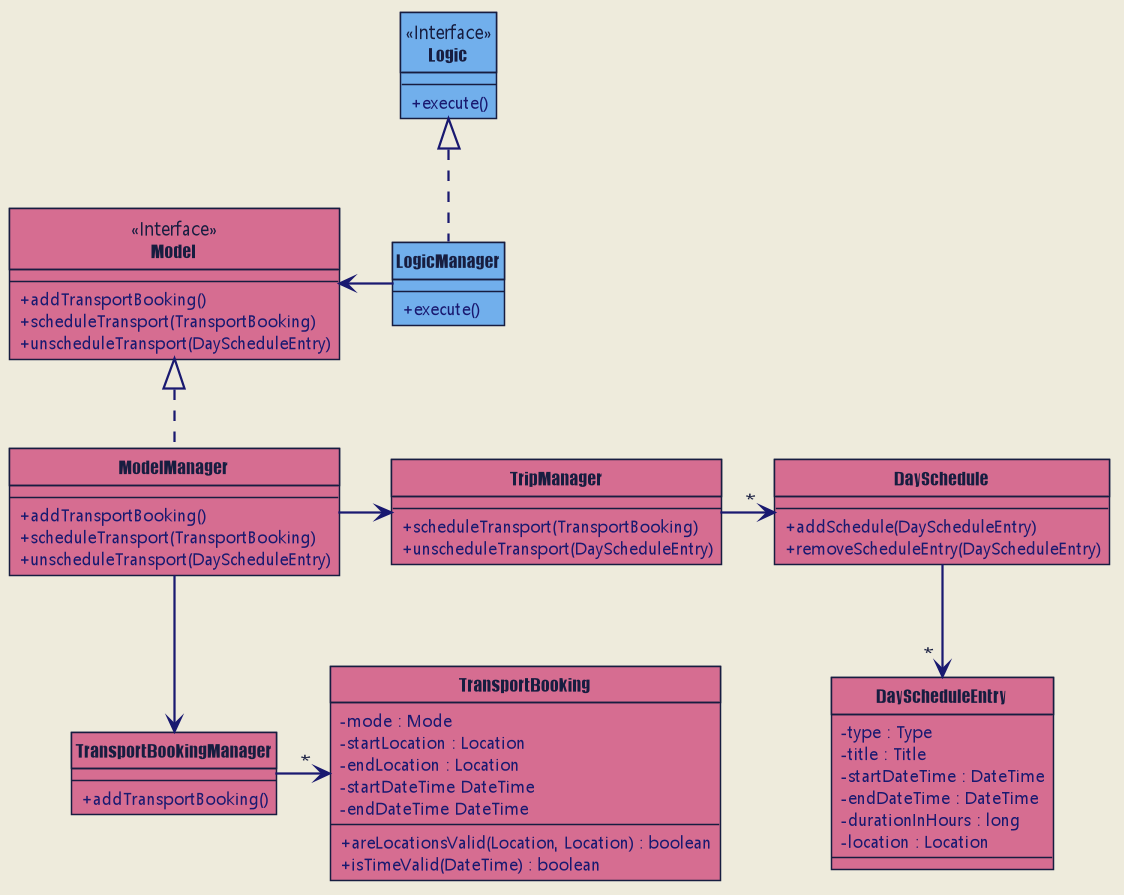
Before: docs/images/developer-guide/transport-booking/TransportBookingFeatureClassDiagram.png, a diagram exported from PlantUML (zenatrick/main).
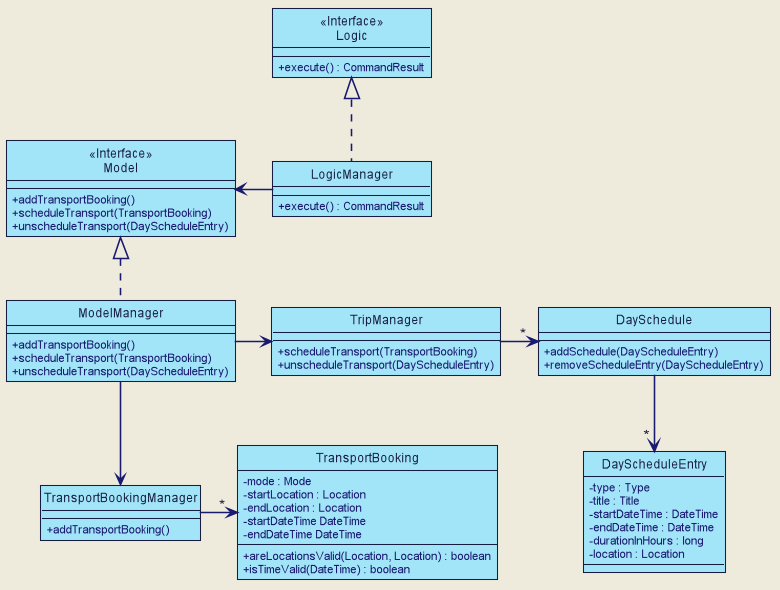
The same diagram one commit later.

The edit, as a diff of the source:
```diff
@@ -1,6 +1,4 @@
 @startuml
-
-
 
 
 
@@ -15,7 +13,7 @@
 
 skinparam Default {
     FontColor #171D40
-    FontName Malgun Gothic
+    FontName Arial
     TextAlignment center
 }
 
@@ -26,7 +24,7 @@
 
 skinparam Title {
     FontColor #171D40
-    FontName Impact
+    FontName Arial
     FontSize 22
 }
 
@@ -35,15 +33,33 @@
     Color MidNightBlue
 }
 
+skinparam Note {
+    BackgroundColor #C6EAE3
+    FontColor MidNightBlue
+    BorderColor MidNightBlue
+    BorderThickness 2
+}
+
 skinparam Class {
     BorderThickness 1
     BorderColor #171D40
-    BackgroundColor MediumAquaMarine
+    BackgroundColor #A2E5F9
     AttributeFontColor MidNightBlue
     AttributeIconSize 0
     StereotypeFontColor #171D40
     StereotypeFontStyle normal
-    FontName Impact
+    FontName Arial
+}
+
+skinparam Object {
+    BorderThickness 2
+    BorderColor #171D40
+    BackgroundColor #C6EAE3
+    AttributeFontColor MidNightBlue
+    AttributeIconSize 0
+    StereotypeFontColor #171D40
+    StereotypeFontStyle normal
+    FontName Arial
 }
 
 skinparam Actor {
@@ -62,9 +78,8 @@
     ReferenceBorderColor #171D40
     TitleFontColor #171D40
     StereotypeFontStyle normal
-
     BoxFontSize 22
-    BoxFontName Impact
+    BoxFontName Arial
     BoxFontStyle normal
     BoxPadding 0
     BoxBorderColor #EEEBDC
@@ -79,23 +94,23 @@
     EndColor #171D40
     BorderThickness 1.5
     BorderColor #171D40
-    BackgroundColor MediumAquaMarine
-    DiamondBackgroundColor MediumAquaMarine
+    BackgroundColor #A2E5F9
+    DiamondBackgroundColor #A2E5F9
     DiamondBorderColor #171D40
 }
 
 hide footbox
 hide circle
 
-Class Logic <<Interface>> #71AFEC {
-+ execute()
+Class Logic <<Interface>> {
++ execute() : CommandResult
 }
 
-Class LogicManager #71AFEC {
-+ execute()
+Class LogicManager {
++ execute() : CommandResult
 }
 
-Class TransportBooking #D66D91 {
+Class TransportBooking {
 - mode : Mode
 - startLocation : Location
 - endLocation : Location
@@ -105,34 +120,33 @@
 + isTimeValid(DateTime) : boolean
 }
 
-
-Class Model <<Interface>> #D66D91 {
+Class Model <<Interface>> {
 + addTransportBooking()
 + scheduleTransport(TransportBooking)
 + unscheduleTransport(DayScheduleEntry)
 }
 
-Class ModelManager #D66D91 {
+Class ModelManager {
 + addTransportBooking()
 + scheduleTransport(TransportBooking)
 + unscheduleTransport(DayScheduleEntry)
 }
 
-Class TransportBookingManager #D66D91 {
+Class TransportBookingManager {
 + addTransportBooking()
 }
 
-Class TripManager #D66D91 {
+Class TripManager {
 + scheduleTransport(TransportBooking)
 + unscheduleTransport(DayScheduleEntry)
 }
 
-Class DaySchedule #D66D91 {
+Class DaySchedule {
 + addSchedule(DayScheduleEntry)
 + removeScheduleEntry(DayScheduleEntry)
 }
 
-Class DayScheduleEntry #D66D91 {
+Class DayScheduleEntry {
 - type : Type
 - title : Title
 - startDateTime : DateTime
```
